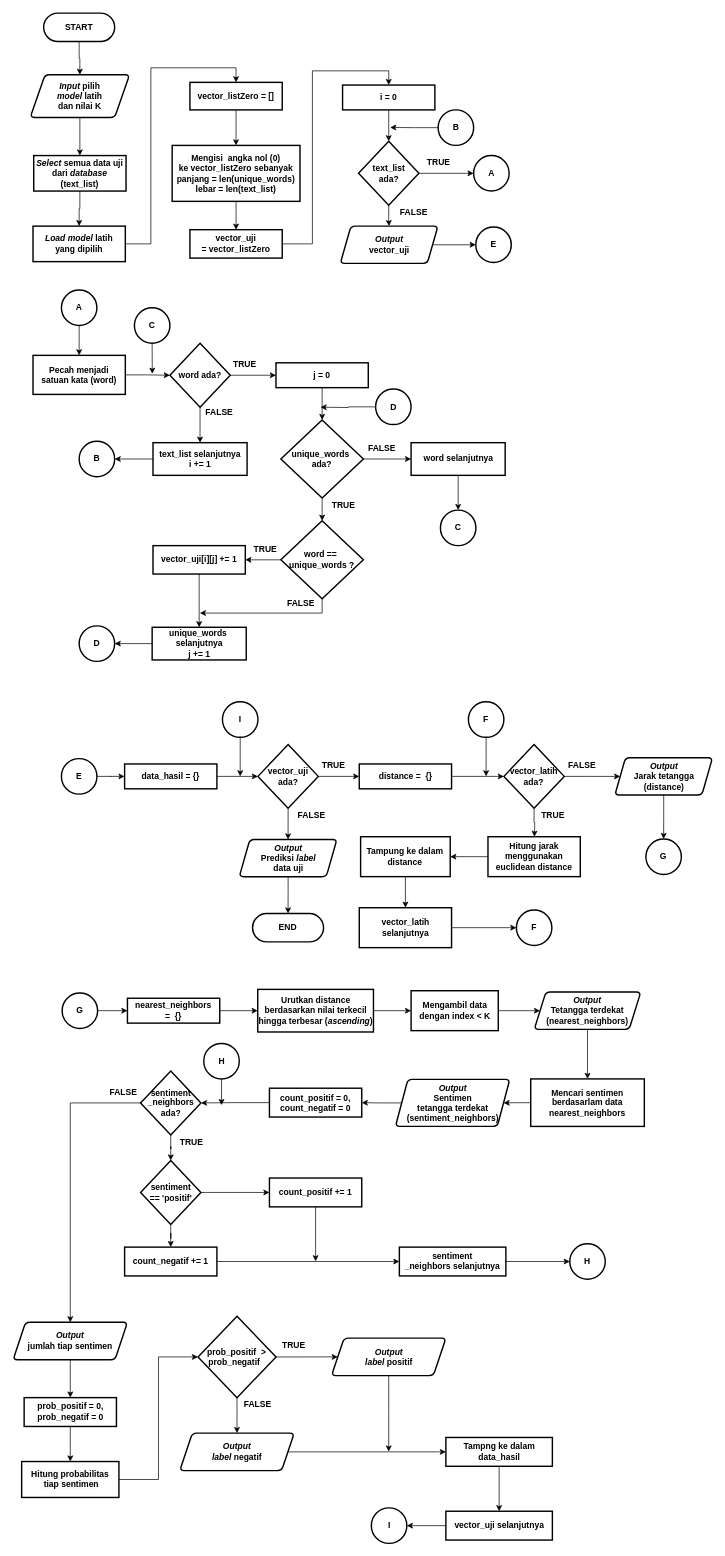
This is Dokumen TA/Paper/Flowchart/Flowchart klaisifikasi.drawio from muspriandi/TextMining-SentimentAnalysis, a draw.io file, before an edit. Source tidied: cells renumbered, new cells numbered last; positions are measured from the earlier drawing's top-left corner, leaving out a move shared by most shapes. Both pictures are drawn from the tidied source at 71%, with x=0, y=0 at pixel (13, 13).
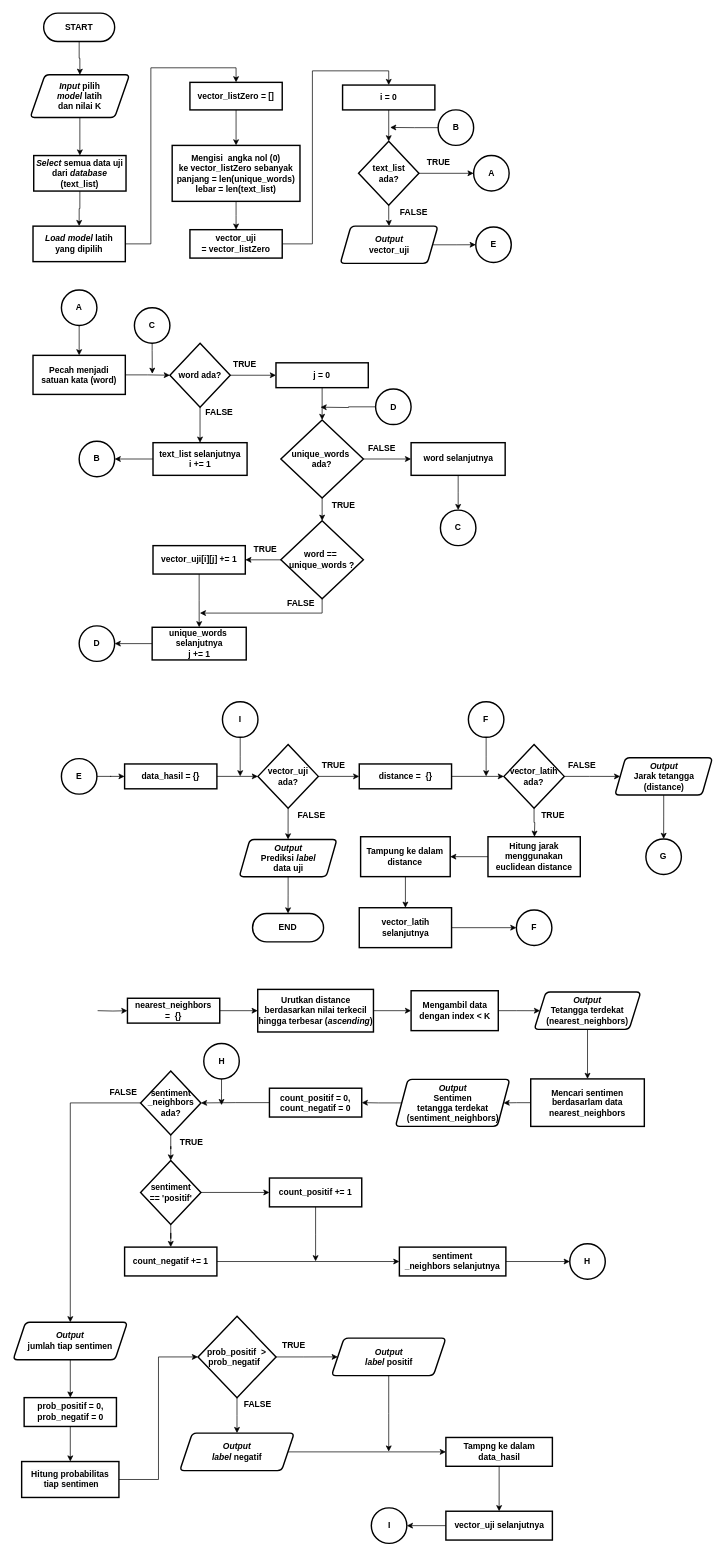
Above is the later version.

Unchanged cells that the change refers to:
```xml
<mxCell id="104" value="nearest_neighbors&lt;br&gt;&lt;span&gt;=&amp;nbsp; {}&lt;/span&gt;" style="rounded=1;whiteSpace=wrap;html=1;absoluteArcSize=1;arcSize=0;strokeWidth=2;fontStyle=1;" parent="1" vertex="1">
  <mxGeometry x="161" y="1387.5" width="130" height="35" as="geometry" />
</mxCell>
```

What changed in the source:
```diff
@@
-    <mxCell id="95" style="edgeStyle=orthogonalEdgeStyle;rounded=0;jettySize=auto;html=1;entryX=0;entryY=0.5;entryDx=0;entryDy=0;" parent="1" edge="1" source="96" target="104">
-      <mxGeometry relative="1" as="geometry" />
+    <mxCell id="95" style="edgeStyle=orthogonalEdgeStyle;rounded=0;jettySize=auto;html=1;entryX=0;entryY=0.5;entryDx=0;entryDy=0;" parent="1" edge="1" target="104">
+      <mxGeometry relative="1" as="geometry">
+        <mxPoint x="119" y="1405" as="sourcePoint" />
+      </mxGeometry>
     </mxCell>
-    <mxCell id="96" value="G" style="strokeWidth=2;html=1;shape=mxgraph.flowchart.start_2;whiteSpace=wrap;fontStyle=1;" parent="1" vertex="1">
-      <mxGeometry x="69" y="1380" width="50" height="50" as="geometry" />
-    </mxCell>
```
